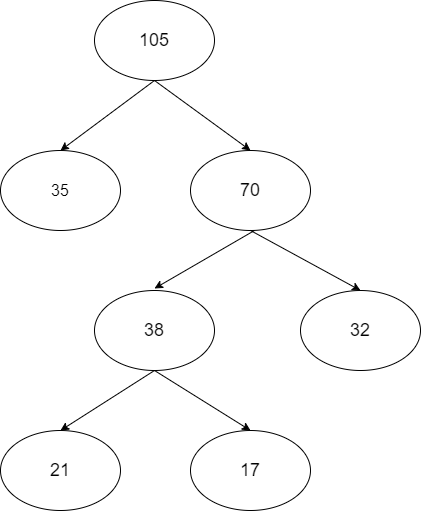
Earlier version of the draw.io export Exercise2/gini.png (106601015/Introduction_to_data_science). Source tidied: cells renumbered, new cells last; positions are measured from the earlier drawing's top-left corner, leaving out a move shared by most shapes.
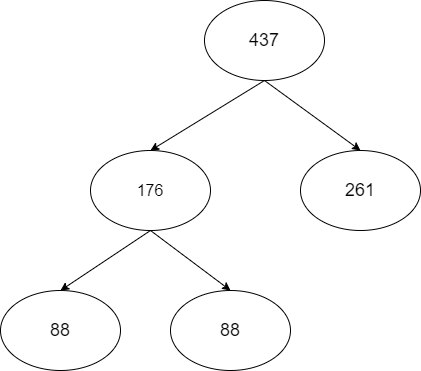
The same diagram one commit later.

Diff of the diagram source:
```diff
@@ -2,13 +2,13 @@
   <root>
     <mxCell id="0" />
     <mxCell id="1" parent="0" />
-    <mxCell id="2" value="&lt;span style=&quot;font-size: 18px&quot;&gt;105&lt;/span&gt;" style="ellipse;whiteSpace=wrap;html=1;" parent="1" vertex="1">
+    <mxCell id="2" value="&lt;span style=&quot;font-size: 18px&quot;&gt;437&lt;/span&gt;" style="ellipse;whiteSpace=wrap;html=1;" parent="1" vertex="1">
       <mxGeometry x="94" width="120" height="80" as="geometry" />
     </mxCell>
-    <mxCell id="3" value="&lt;font size=&quot;3&quot;&gt;35&lt;/font&gt;" style="ellipse;whiteSpace=wrap;html=1;" parent="1" vertex="1">
-      <mxGeometry y="150" width="120" height="80" as="geometry" />
+    <mxCell id="3" value="&lt;font size=&quot;3&quot;&gt;176&lt;/font&gt;" style="ellipse;whiteSpace=wrap;html=1;" parent="1" vertex="1">
+      <mxGeometry x="-20" y="150" width="120" height="80" as="geometry" />
     </mxCell>
-    <mxCell id="4" value="&lt;font style=&quot;font-size: 18px&quot;&gt;70&lt;/font&gt;" style="ellipse;whiteSpace=wrap;html=1;" parent="1" vertex="1">
+    <mxCell id="4" value="&lt;font style=&quot;font-size: 18px&quot;&gt;261&lt;/font&gt;" style="ellipse;whiteSpace=wrap;html=1;" parent="1" vertex="1">
       <mxGeometry x="190" y="150" width="120" height="80" as="geometry" />
     </mxCell>
     <mxCell id="5" style="endArrow=classic;html=1;entryX=0.5;entryY=0;entryDx=0;entryDy=0;exitX=0.5;exitY=1;exitDx=0;exitDy=0;" parent="1" edge="1" source="2" target="3">
@@ -17,38 +17,17 @@
     <mxCell id="6" style="endArrow=classic;html=1;entryX=0.5;entryY=0;entryDx=0;entryDy=0;exitX=0.5;exitY=1;exitDx=0;exitDy=0;" parent="1" edge="1" source="2" target="4">
       <mxGeometry relative="1" as="geometry" />
     </mxCell>
-    <mxCell id="7" value="&lt;font style=&quot;font-size: 18px&quot;&gt;38&lt;/font&gt;" style="ellipse;whiteSpace=wrap;html=1;" parent="1" vertex="1">
-      <mxGeometry x="94" y="290" width="120" height="80" as="geometry" />
-    </mxCell>
-    <mxCell id="8" value="&lt;font style=&quot;font-size: 18px&quot;&gt;32&lt;/font&gt;" style="ellipse;whiteSpace=wrap;html=1;" parent="1" vertex="1">
-      <mxGeometry x="300" y="290" width="120" height="80" as="geometry" />
-    </mxCell>
-    <mxCell id="9" value="&lt;font style=&quot;font-size: 18px&quot;&gt;21&lt;/font&gt;" style="ellipse;whiteSpace=wrap;html=1;" parent="1" vertex="1">
-      <mxGeometry y="430" width="120" height="80" as="geometry" />
-    </mxCell>
-    <mxCell id="10" value="&lt;font style=&quot;font-size: 18px&quot;&gt;17&lt;/font&gt;" style="ellipse;whiteSpace=wrap;html=1;" parent="1" vertex="1">
-      <mxGeometry x="190" y="430" width="120" height="80" as="geometry" />
-    </mxCell>
-    <mxCell id="11" style="endArrow=classic;html=1;entryX=0.5;entryY=0;entryDx=0;entryDy=0;exitX=0.5;exitY=1;exitDx=0;exitDy=0;" parent="1" edge="1" target="8">
-      <mxGeometry relative="1" as="geometry">
-        <mxPoint x="250" y="230" as="sourcePoint" />
-      </mxGeometry>
-    </mxCell>
-    <mxCell id="12" style="endArrow=classic;html=1;exitX=0.5;exitY=1;exitDx=0;exitDy=0;" parent="1" edge="1">
-      <mxGeometry relative="1" as="geometry">
-        <mxPoint x="254" y="230" as="sourcePoint" />
-        <mxPoint x="154" y="288" as="targetPoint" />
-      </mxGeometry>
-    </mxCell>
-    <mxCell id="13" style="endArrow=classic;html=1;exitX=0.5;exitY=1;exitDx=0;exitDy=0;entryX=0.5;entryY=0;entryDx=0;entryDy=0;" parent="1" edge="1" target="9">
-      <mxGeometry relative="1" as="geometry">
-        <mxPoint x="154" y="370" as="sourcePoint" />
-      </mxGeometry>
-    </mxCell>
-    <mxCell id="14" style="endArrow=classic;html=1;entryX=0.5;entryY=0;entryDx=0;entryDy=0;exitX=0.5;exitY=1;exitDx=0;exitDy=0;" parent="1" edge="1" target="10">
-      <mxGeometry relative="1" as="geometry">
-        <mxPoint x="154" y="370" as="sourcePoint" />
-      </mxGeometry>
-    </mxCell>
+    <mxCell id="15" style="endArrow=classic;html=1;exitX=0.5;exitY=1;exitDx=0;exitDy=0;entryX=0.5;entryY=0;entryDx=0;entryDy=0;" parent="1" edge="1" source="3" target="17">
+      <mxGeometry relative="1" as="geometry" />
+    </mxCell>
+    <mxCell id="16" style="endArrow=classic;html=1;exitX=0.5;exitY=1;exitDx=0;exitDy=0;entryX=0.5;entryY=0;entryDx=0;entryDy=0;" parent="1" edge="1" source="3" target="18">
+      <mxGeometry relative="1" as="geometry" />
+    </mxCell>
+    <mxCell id="17" value="&lt;font style=&quot;font-size: 18px&quot;&gt;88&lt;br&gt;&lt;/font&gt;" style="ellipse;whiteSpace=wrap;html=1;" parent="1" vertex="1">
+      <mxGeometry x="-110" y="290" width="120" height="80" as="geometry" />
+    </mxCell>
+    <mxCell id="18" value="&lt;font style=&quot;font-size: 18px&quot;&gt;88&lt;br&gt;&lt;/font&gt;" style="ellipse;whiteSpace=wrap;html=1;" parent="1" vertex="1">
+      <mxGeometry x="60" y="290" width="120" height="80" as="geometry" />
+    </mxCell>
   </root>
 </mxGraphModel>
```
